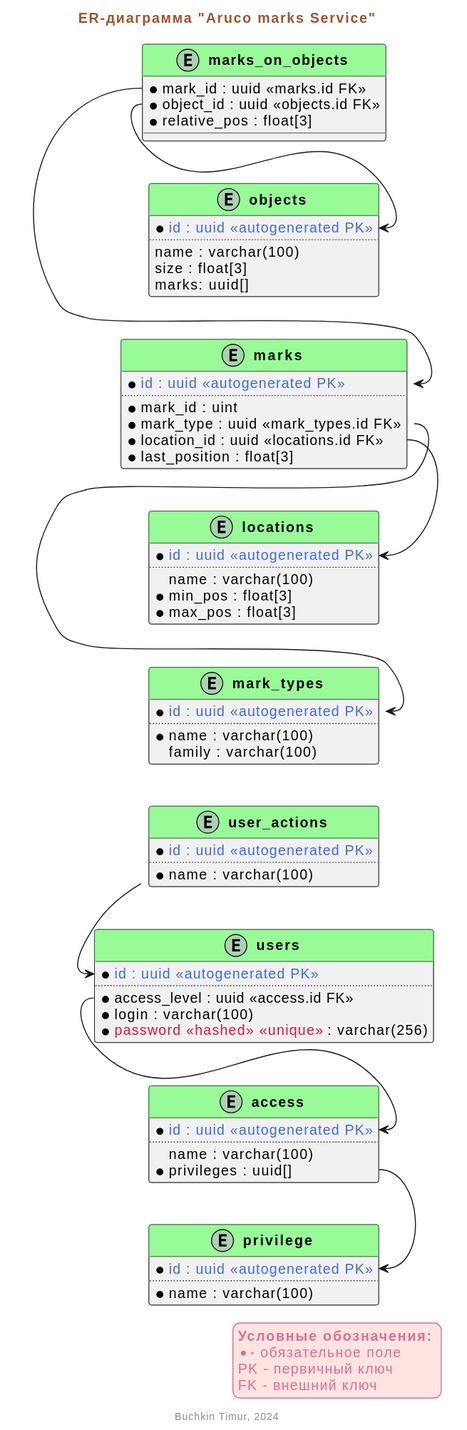
Timur-ux/Aruco-marks-DB-system keeps this PlantUML diagram as docs/DB_structure.svg. Above is the earlier version.
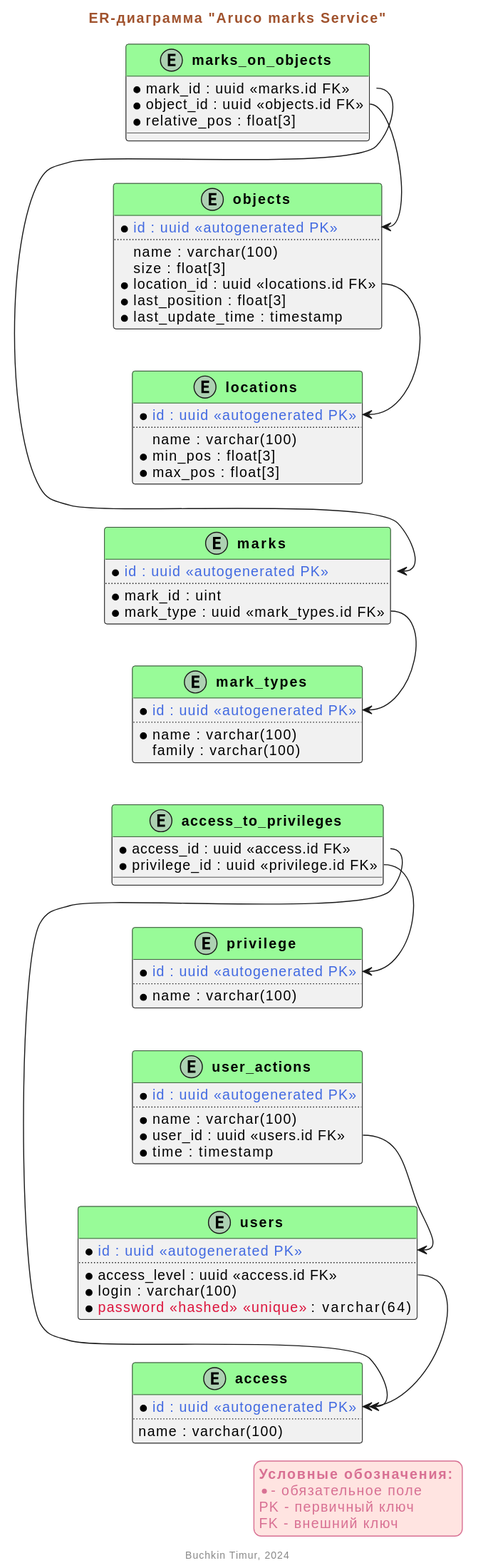
The same diagram one commit later.

Commit message:
change structure of DataBase

Change to the diagram source:
```diff
@@ -35,7 +35,11 @@
     * $autogenerated("id : uuid")
     ..
     name : varchar(100)
-    * privileges : uuid[]
+}
+
+entity "$setBold("access_to_privileges")" as access_to_privileges {
+    * access_id : uuid <<access.id FK>>
+    * privilege_id : uuid <<privilege.id FK>>
 }
 
 entity "$setBold("privilege")" as privilege {
@@ -48,6 +52,8 @@
     * $autogenerated("id : uuid")
     ..
     * name : varchar(100)
+    * user_id : uuid <<users.id FK>>
+    * time : timestamp
 }
 
 entity "$setBold("marks")" as marks {
@@ -55,8 +61,6 @@
     ..
     * mark_id : uint
     * mark_type : uuid <<mark_types.id FK>>
-    * location_id : uuid <<locations.id FK>>
-    * last_position : float[3]
 }
 
 entity "$setBold("mark_types")" as mark_types {
@@ -81,7 +85,9 @@
     ..
     name : varchar(100)
     size : float[3]
-    marks: uuid[]
+    * location_id : uuid <<locations.id FK>>
+    * last_position : float[3]
+    * last_update_time : timestamp
 }
 
 entity "$setBold("marks_on_objects")" as marks_on_objects {
@@ -92,11 +98,12 @@
 
 users::access_level -> access::id
 marks::mark_type -> mark_types::id
-marks::location_id -> locations::id
+objects::location_id -> locations::id
 user_actions::user_id -> users::id
 marks_on_objects::mark_id -> marks::id
 marks_on_objects::object_id -> objects::id
-access::privileges -> privilege::id
+access_to_privileges::privilege_id -> privilege::id
+access_to_privileges::access_id -> access::id
 
 legend right
 $setBold("Условные обозначения:")
```
